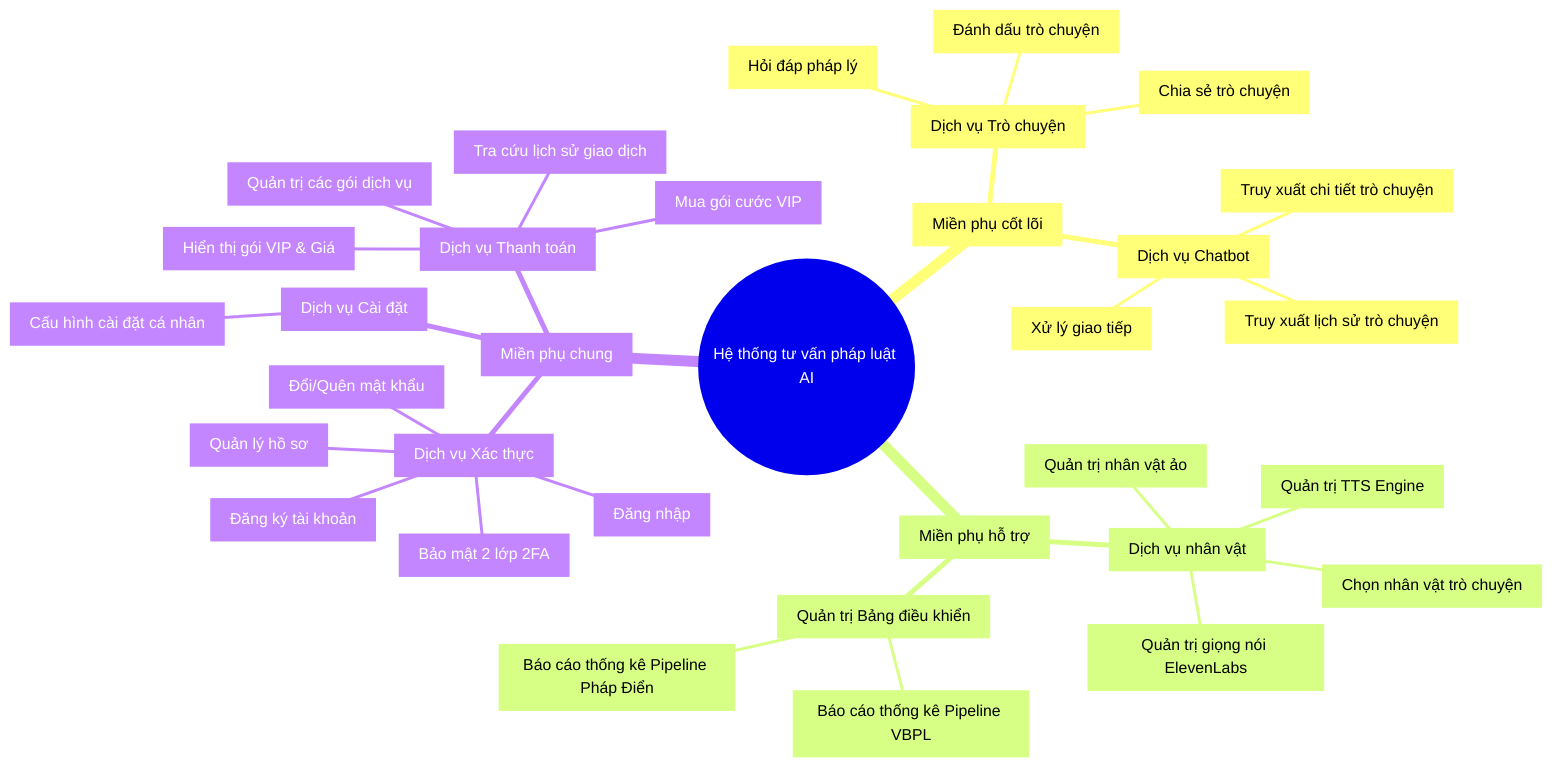
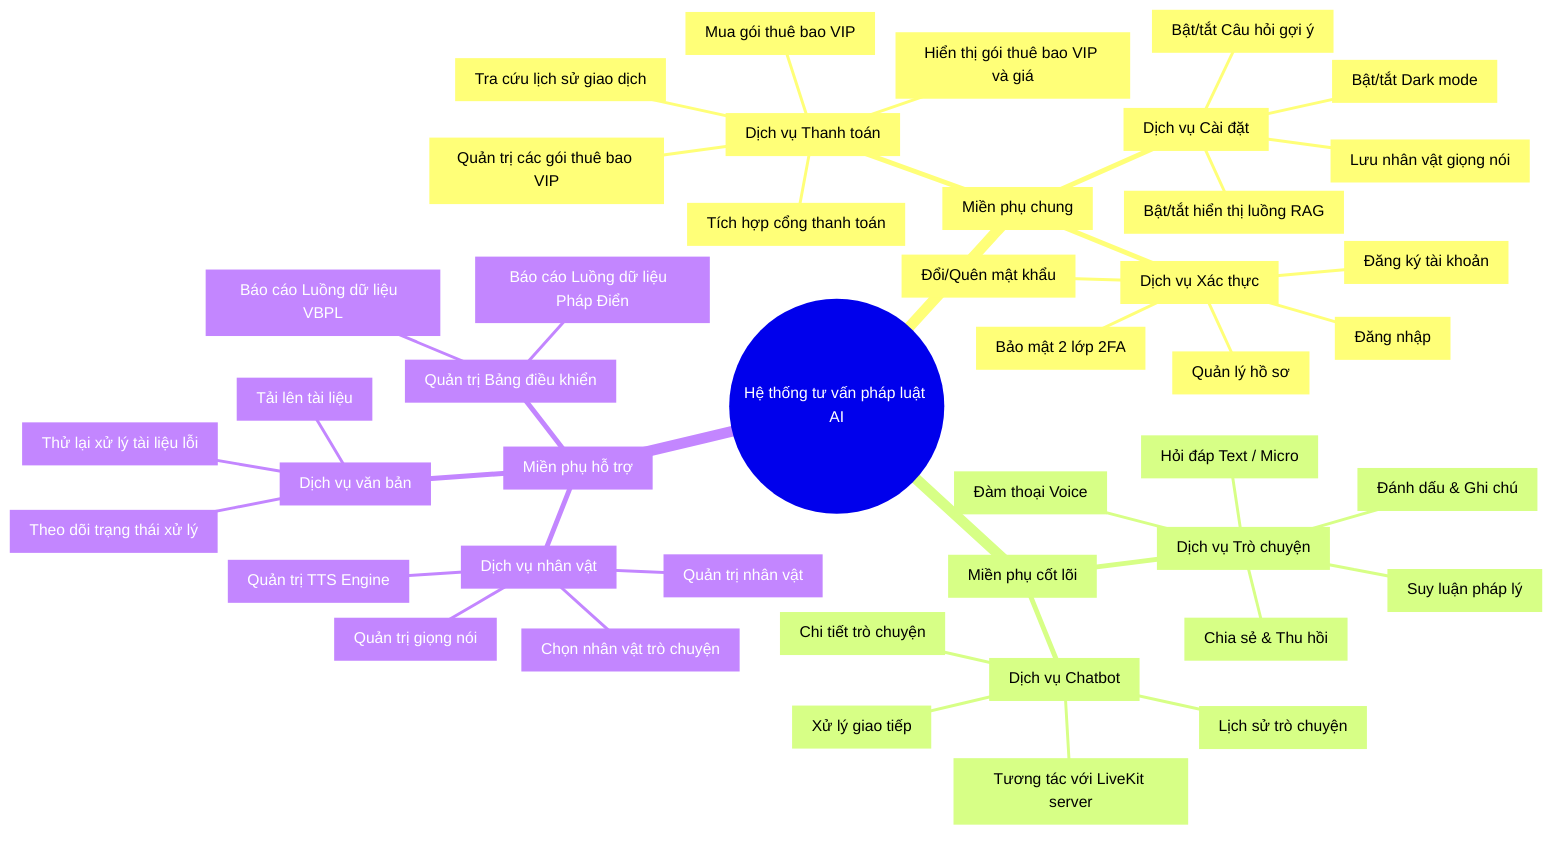
mindmap
  root((Hệ thống tư vấn pháp luật AI))
-     Core["Miền phụ cốt lõi"]
-       Conversation["Dịch vụ Trò chuyện"]
-         Chat["Hỏi đáp pháp lý"]
-         Bookmark["Đánh dấu trò chuyện"]
-         Share["Chia sẻ trò chuyện"]
-       Chatbot["Dịch vụ Chatbot"]
-         Chatbot_Comm["Xử lý giao tiếp"]
-         Chatbot_Hist["Truy xuất lịch sử trò chuyện"]
-         Chatbot_Detail["Truy xuất chi tiết trò chuyện"]
-     Supporting["Miền phụ hỗ trợ"]
-       Persona["Dịch vụ nhân vật"]
-         Select["Chọn nhân vật trò chuyện"]
-         Manage_Persona["Quản trị nhân vật ảo"]
-         Manage_TTS_Engine["Quản trị TTS Engine"]
-         Manage_Voice["Quản trị giọng nói ElevenLabs"]
-       Dashboard["Quản trị Bảng điều khiển"]
-         VBPL_Pipeline["Báo cáo thống kê Pipeline VBPL"]
-         PhapDien_Pipeline["Báo cáo thống kê Pipeline Pháp Điển"]
    Generic["Miền phụ chung"]
      Auth["Dịch vụ Xác thực"]
        Register["Đăng ký tài khoản"]
        Login["Đăng nhập"]
        MFA["Bảo mật 2 lớp 2FA"]
        Profile["Quản lý hồ sơ"]
        Password["Đổi/Quên mật khẩu"]
      Settings["Dịch vụ Cài đặt"]
-         Config["Cấu hình cài đặt cá nhân"]
+         Voice_Save["Lưu nhân vật giọng nói"]
+         DarkMode["Bật/tắt Dark mode"]
+         Suggest["Bật/tắt Câu hỏi gợi ý"]
+         RAG_View["Bật/tắt hiển thị luồng RAG"]
      Payment["Dịch vụ Thanh toán"]
-         View_Price["Hiển thị gói VIP & Giá"]
-         Purchase_VIP["Mua gói cước VIP"]
+         View_Price["Hiển thị gói thuê bao VIP và giá"]
+         Purchase_VIP["Mua gói thuê bao VIP"]
        Txn_History["Tra cứu lịch sử giao dịch"]
-         Manage_Plans["Quản trị các gói dịch vụ"]
+         Manage_Plans["Quản trị các gói thuê bao VIP"]
+         Payment_Gateway["Tích hợp cổng thanh toán"]
+     Core["Miền phụ cốt lõi"]
+       Conversation["Dịch vụ Trò chuyện"]
+         Chat["Hỏi đáp Text / Micro"]
+         Bookmark["Đánh dấu & Ghi chú"]
+         Share["Chia sẻ & Thu hồi"]
+         Reasoning["Suy luận pháp lý"]
+         VoiceChat["Đàm thoại Voice"]
+       Chatbot["Dịch vụ Chatbot"]
+         Chatbot_Comm["Xử lý giao tiếp"]
+         Chatbot_Hist["Lịch sử trò chuyện"]
+         Chatbot_Detail["Chi tiết trò chuyện"]
+         LiveKit["Tương tác với LiveKit server"]
+     Supporting["Miền phụ hỗ trợ"]
+       Document["Dịch vụ văn bản"]
+         Upload_Doc["Tải lên tài liệu"]
+         Doc_Status["Theo dõi trạng thái xử lý"]
+         Retry_Doc["Thử lại xử lý tài liệu lỗi"]
+       Persona["Dịch vụ nhân vật"]
+         Select["Chọn nhân vật trò chuyện"]
+         Manage_Persona["Quản trị nhân vật"]
+         Manage_TTS_Engine["Quản trị TTS Engine"]
+         Manage_Voice["Quản trị giọng nói"]
+       Dashboard["Quản trị Bảng điều khiển"]
+         VBPL_Pipeline["Báo cáo Luồng dữ liệu  VBPL"]
+         PhapDien_Pipeline["Báo cáo Luồng dữ liệu  Pháp Điển"]
